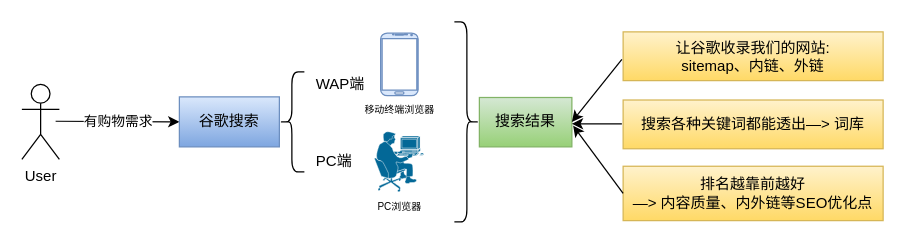
kdoclg/git_study keeps this draw.io diagram as 免费获客SEO.drawio. Above is the earlier version. Source tidied: cells renumbered, new cells numbered last; positions are measured from the earlier drawing's top-left corner, leaving out a move shared by most shapes. Both pictures are drawn from the tidied source at 125%, with x=0, y=0 at pixel (21, 21).
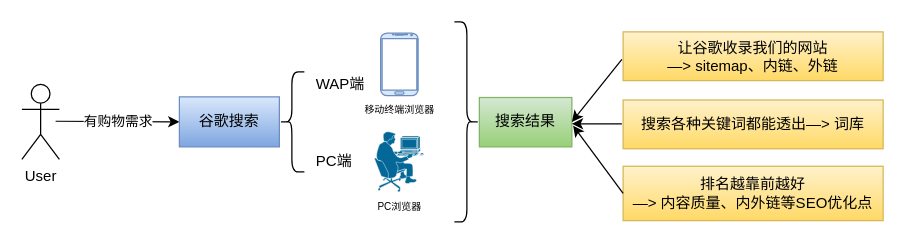
Above is the later version.

Commit message:
更新免费获客SEO.drawio

The edit, as a diff of the source:
```diff
@@
-    <mxCell id="15" value="让谷歌收录我们的网站: &lt;br&gt;sitemap、内链、外链" style="rounded=0;whiteSpace=wrap;html=1;fillColor=#fff2cc;strokeColor=#d6b656;gradientColor=#ffd966;" parent="1" vertex="1">
+    <mxCell id="15" value="让谷歌收录我们的网站&lt;br&gt;—&amp;gt; sitemap、内链、外链" style="rounded=0;whiteSpace=wrap;html=1;fillColor=#fff2cc;strokeColor=#d6b656;gradientColor=#ffd966;" parent="1" vertex="1">
       <mxGeometry x="481" y="8" width="208" height="39" as="geometry" />
     </mxCell>
```
